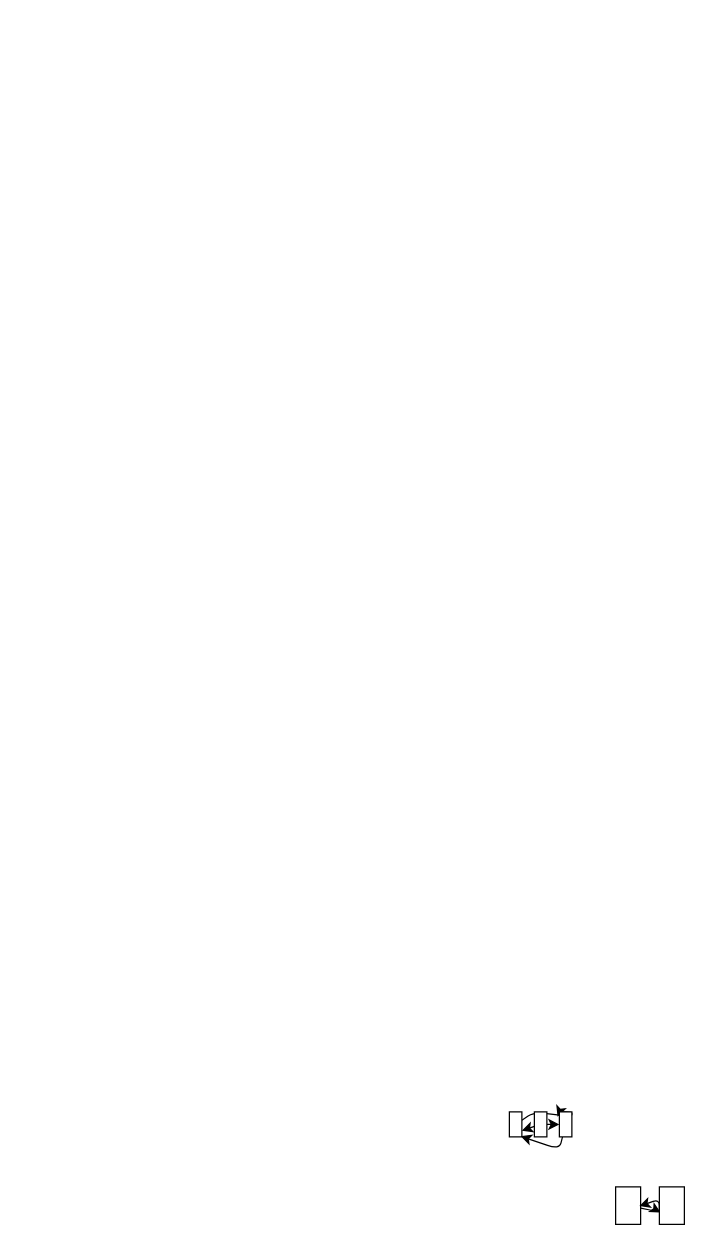
This is MyLinkedList/List.drawio from GhulamNabiRashdi/MyDataStructures, a draw.io file, before an edit. Source tidied: cells renumbered, new cells numbered last; positions are measured from the earlier drawing's top-left corner, leaving out a move shared by most shapes. Both pictures are drawn from the tidied source at 125%, with x=0, y=0 at pixel (509, 1111).
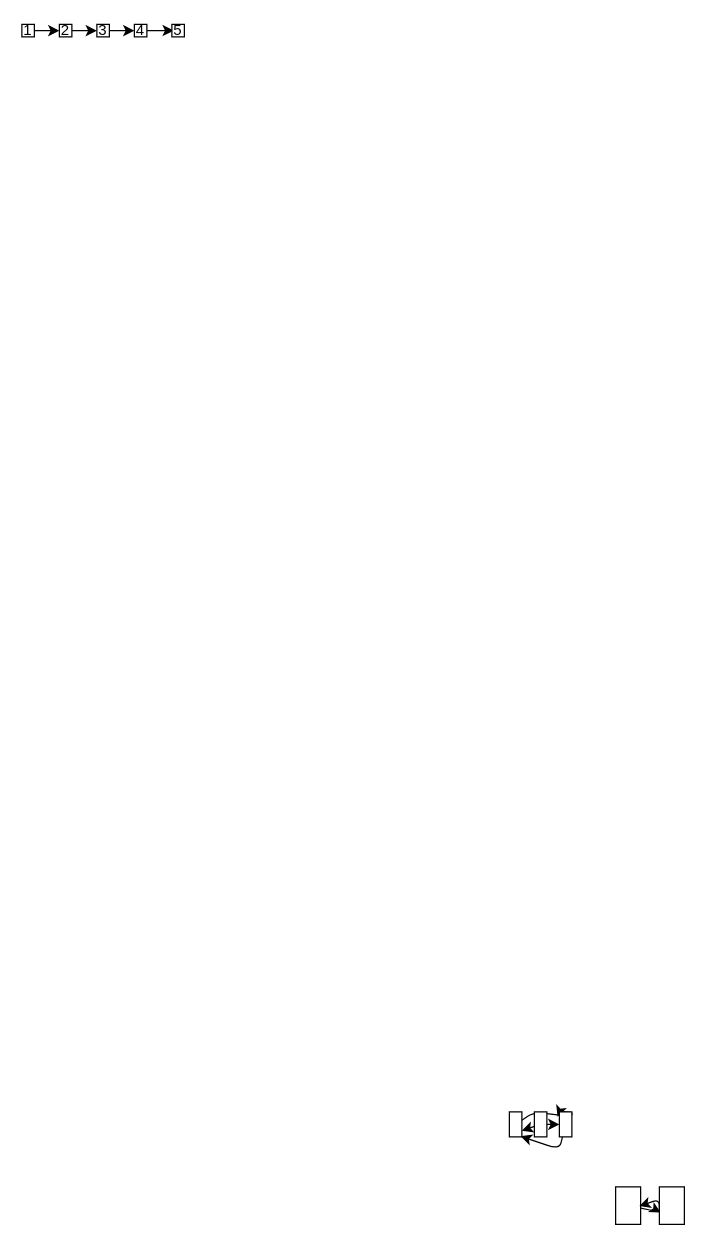
The same diagram, later.

Change to the diagram source:
```diff
@@
+    <mxCell id="13" style="edgeStyle=none;html=1;entryX=0;entryY=0.5;entryDx=0;entryDy=0;" parent="1" edge="1" source="14" target="16">
+      <mxGeometry relative="1" as="geometry" />
+    </mxCell>
+    <mxCell id="14" value="1" style="whiteSpace=wrap;html=1;" parent="1" vertex="1">
+      <mxGeometry x="-390" y="-870" width="10" height="10" as="geometry" />
+    </mxCell>
+    <mxCell id="15" style="edgeStyle=none;html=1;entryX=0;entryY=0.5;entryDx=0;entryDy=0;" parent="1" edge="1" source="16" target="18">
+      <mxGeometry relative="1" as="geometry" />
+    </mxCell>
+    <mxCell id="16" value="2" style="whiteSpace=wrap;html=1;" parent="1" vertex="1">
+      <mxGeometry x="-360" y="-870" width="10" height="10" as="geometry" />
+    </mxCell>
+    <mxCell id="17" style="edgeStyle=none;html=1;entryX=0;entryY=0.5;entryDx=0;entryDy=0;" parent="1" edge="1" source="18" target="20">
+      <mxGeometry relative="1" as="geometry" />
+    </mxCell>
+    <mxCell id="18" value="3" style="whiteSpace=wrap;html=1;" parent="1" vertex="1">
+      <mxGeometry x="-330" y="-870" width="10" height="10" as="geometry" />
+    </mxCell>
+    <mxCell id="19" style="edgeStyle=none;html=1;entryX=0.152;entryY=0.497;entryDx=0;entryDy=0;entryPerimeter=0;" parent="1" edge="1" source="20" target="21">
+      <mxGeometry relative="1" as="geometry" />
+    </mxCell>
+    <mxCell id="20" value="4" style="whiteSpace=wrap;html=1;" parent="1" vertex="1">
+      <mxGeometry x="-300" y="-870" width="10" height="10" as="geometry" />
+    </mxCell>
+    <mxCell id="21" value="5" style="whiteSpace=wrap;html=1;" parent="1" vertex="1">
+      <mxGeometry x="-270" y="-870" width="10" height="10" as="geometry" />
+    </mxCell>
```
